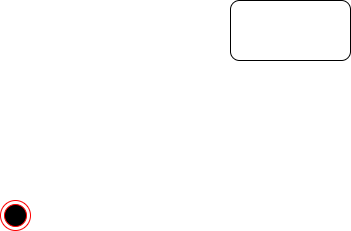
The draw.io diagram diagrams/音视频架构.drawio.png in suirane/assets, before a commit. Source tidied: cells renumbered, new cells last; positions are measured from the earlier drawing's top-left corner, leaving out a move shared by most shapes.
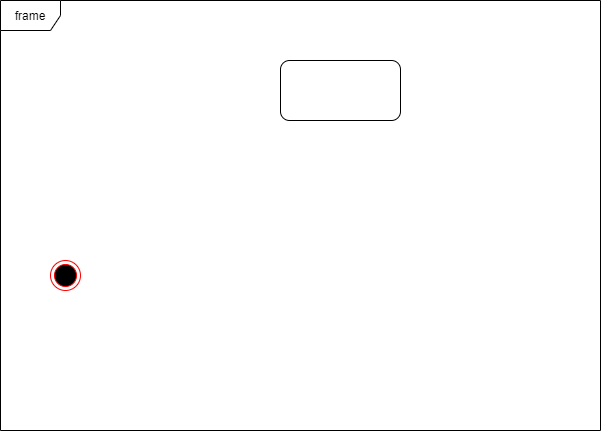
Above is the later version.

Commit message:
更新音视频架构.drawio.png

What changed in the source:
```diff
@@ -8,5 +8,8 @@
     <mxCell id="3" style="rounded=1;whiteSpace=wrap;html=1;" parent="1" vertex="1">
       <mxGeometry x="230" width="120" height="60" as="geometry" />
     </mxCell>
+    <mxCell id="4" value="frame" style="shape=umlFrame;whiteSpace=wrap;html=1;" parent="1" vertex="1">
+      <mxGeometry x="-50" y="-60" width="600" height="430" as="geometry" />
+    </mxCell>
   </root>
 </mxGraphModel>
```
